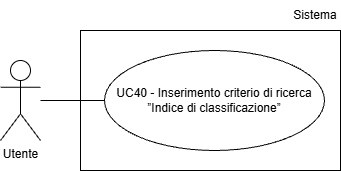
Team-Three-Technologies/Documenti keeps this draw.io diagram as assets/Use_Case_Diagrams/UC40.png. Above is the earlier version. Source tidied: cells renumbered, new cells last; positions are measured from the earlier drawing's top-left corner, leaving out a move shared by most shapes. Its diagram source:
```xml
<mxGraphModel>
  <root>
    <mxCell id="0" />
    <mxCell id="1" parent="0" />
    <mxCell id="2" value="Utente" style="shape=umlActor;verticalLabelPosition=bottom;verticalAlign=top;html=1;" parent="1" vertex="1">
      <mxGeometry y="60" width="40" height="80" as="geometry" />
    </mxCell>
    <mxCell id="3" value="&lt;span style=&quot;color: rgba(0, 0, 0, 0); font-family: monospace; font-size: 0px; text-align: start; text-wrap-mode: nowrap;&quot;&gt;%3CmxGraphModel%3E%3Croot%3E%3CmxCell%20id%3D%220%22%2F%3E%3CmxCell%20id%3D%221%22%20parent%3D%220%22%2F%3E%3CmxCell%20id%3D%222%22%20parent%3D%221%22%20style%3D%22rounded%3D0%3BwhiteSpace%3Dwrap%3Bhtml%3D1%3BfillColor%3Dnone%3B%22%20value%3D%22%22%20vertex%3D%221%22%3E%3CmxGeometry%20height%3D%22140%22%20width%3D%22260%22%20x%3D%22280%22%20y%3D%22180%22%20as%3D%22geometry%22%2F%3E%3C%2FmxCell%3E%3C%2Froot%3E%3C%2FmxGraphModel%3E&lt;/span&gt;UC40 - Inserimento criterio di ricerca ”Indice di classificazione”" style="ellipse;whiteSpace=wrap;html=1;align=center;" parent="1" vertex="1">
      <mxGeometry x="104" y="50" width="220" height="100" as="geometry" />
    </mxCell>
    <mxCell id="4" style="endArrow=none;html=1;rounded=0;entryX=0;entryY=0.5;entryDx=0;entryDy=0;" parent="1" edge="1" target="3">
      <mxGeometry relative="1" as="geometry">
        <mxPoint x="40" y="100" as="sourcePoint" />
      </mxGeometry>
    </mxCell>
    <mxCell id="5" style="rounded=0;whiteSpace=wrap;html=1;fillColor=none;" parent="1" vertex="1">
      <mxGeometry x="80" y="30" width="260" height="140" as="geometry" />
    </mxCell>
    <mxCell id="6" value="Sistema" style="text;html=1;whiteSpace=wrap;strokeColor=none;fillColor=none;align=center;verticalAlign=middle;rounded=0;" parent="1" vertex="1">
      <mxGeometry x="290" width="50" height="30" as="geometry" />
    </mxCell>
  </root>
</mxGraphModel>
```
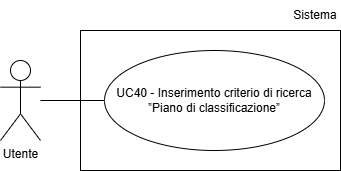
After the change.

The edit, as a diff of the source:
```diff
@@ -5,14 +5,14 @@
     <mxCell id="2" value="Utente" style="shape=umlActor;verticalLabelPosition=bottom;verticalAlign=top;html=1;" parent="1" vertex="1">
       <mxGeometry y="60" width="40" height="80" as="geometry" />
     </mxCell>
-    <mxCell id="3" value="&lt;span style=&quot;color: rgba(0, 0, 0, 0); font-family: monospace; font-size: 0px; text-align: start; text-wrap-mode: nowrap;&quot;&gt;%3CmxGraphModel%3E%3Croot%3E%3CmxCell%20id%3D%220%22%2F%3E%3CmxCell%20id%3D%221%22%20parent%3D%220%22%2F%3E%3CmxCell%20id%3D%222%22%20parent%3D%221%22%20style%3D%22rounded%3D0%3BwhiteSpace%3Dwrap%3Bhtml%3D1%3BfillColor%3Dnone%3B%22%20value%3D%22%22%20vertex%3D%221%22%3E%3CmxGeometry%20height%3D%22140%22%20width%3D%22260%22%20x%3D%22280%22%20y%3D%22180%22%20as%3D%22geometry%22%2F%3E%3C%2FmxCell%3E%3C%2Froot%3E%3C%2FmxGraphModel%3E&lt;/span&gt;UC40 - Inserimento criterio di ricerca ”Indice di classificazione”" style="ellipse;whiteSpace=wrap;html=1;align=center;" parent="1" vertex="1">
-      <mxGeometry x="104" y="50" width="220" height="100" as="geometry" />
-    </mxCell>
-    <mxCell id="4" style="endArrow=none;html=1;rounded=0;entryX=0;entryY=0.5;entryDx=0;entryDy=0;" parent="1" edge="1" target="3">
-      <mxGeometry relative="1" as="geometry">
-        <mxPoint x="40" y="100" as="sourcePoint" />
-      </mxGeometry>
-    </mxCell>
+    <mxCell id="7" value="UC40 - Inserimento criterio di ricerca ”Piano di classificazione”" style="ellipse;whiteSpace=wrap;html=1;align=center;" parent="1" vertex="1">
+      <mxGeometry x="104" y="50" width="220" height="100" as="geometry" />
+    </mxCell>
+    <mxCell id="8" style="endArrow=none;html=1;rounded=0;entryX=0;entryY=0.5;entryDx=0;entryDy=0;" parent="1" edge="1" target="7">
+      <mxGeometry relative="1" as="geometry">
+        <mxPoint x="40" y="100" as="sourcePoint" />
+      </mxGeometry>
+    </mxCell>
     <mxCell id="5" style="rounded=0;whiteSpace=wrap;html=1;fillColor=none;" parent="1" vertex="1">
       <mxGeometry x="80" y="30" width="260" height="140" as="geometry" />
     </mxCell>
```
